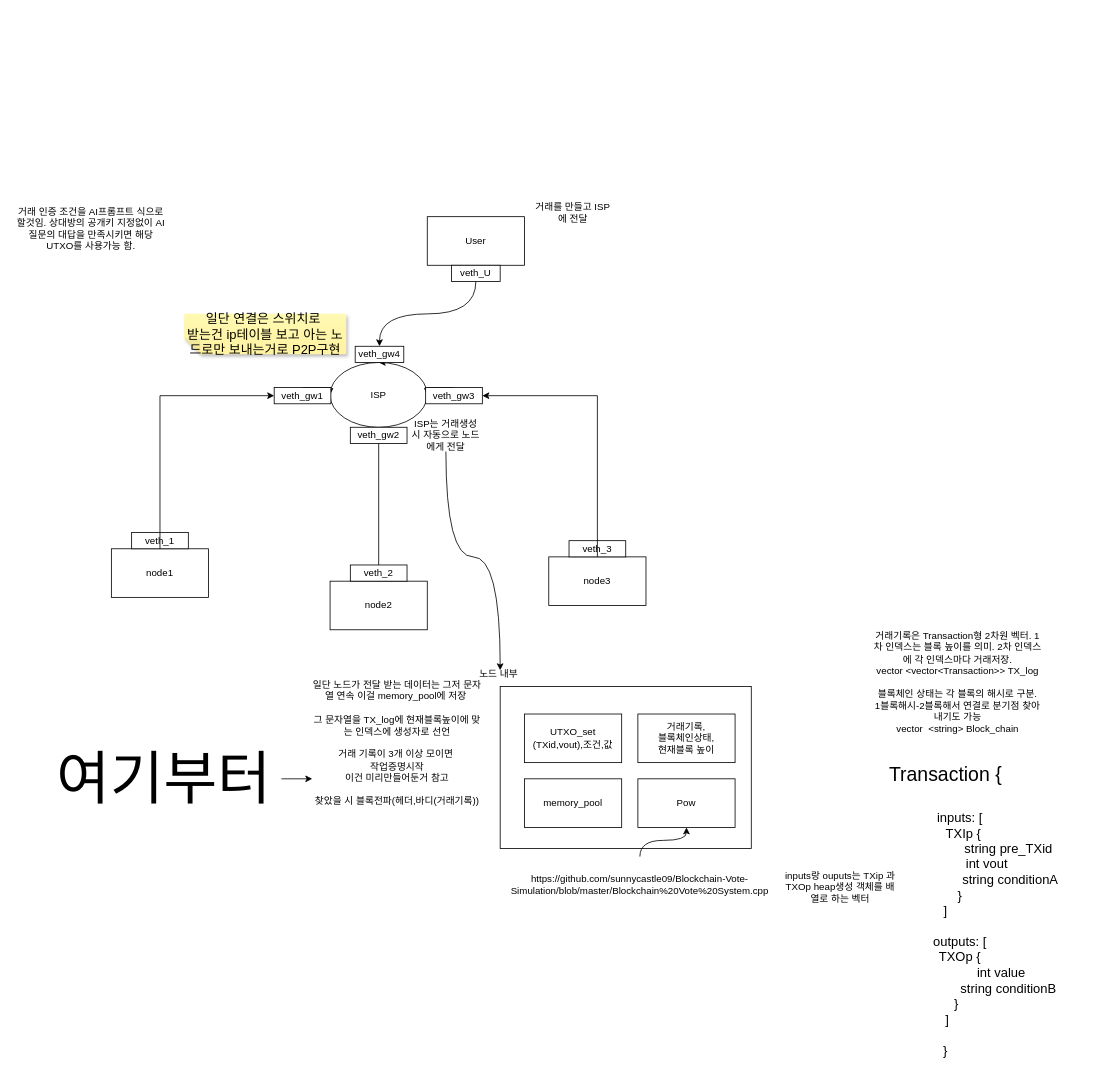
The draw.io diagram Net.drawio in sunnycastle09/Block-Chain-in-Linux, before the edit. Source tidied: cells renumbered, new cells numbered last; positions are measured from the earlier drawing's top-left corner, leaving out a move shared by most shapes. Both pictures are drawn from the tidied source at 81%, with x=0, y=0 at pixel (14, 200).
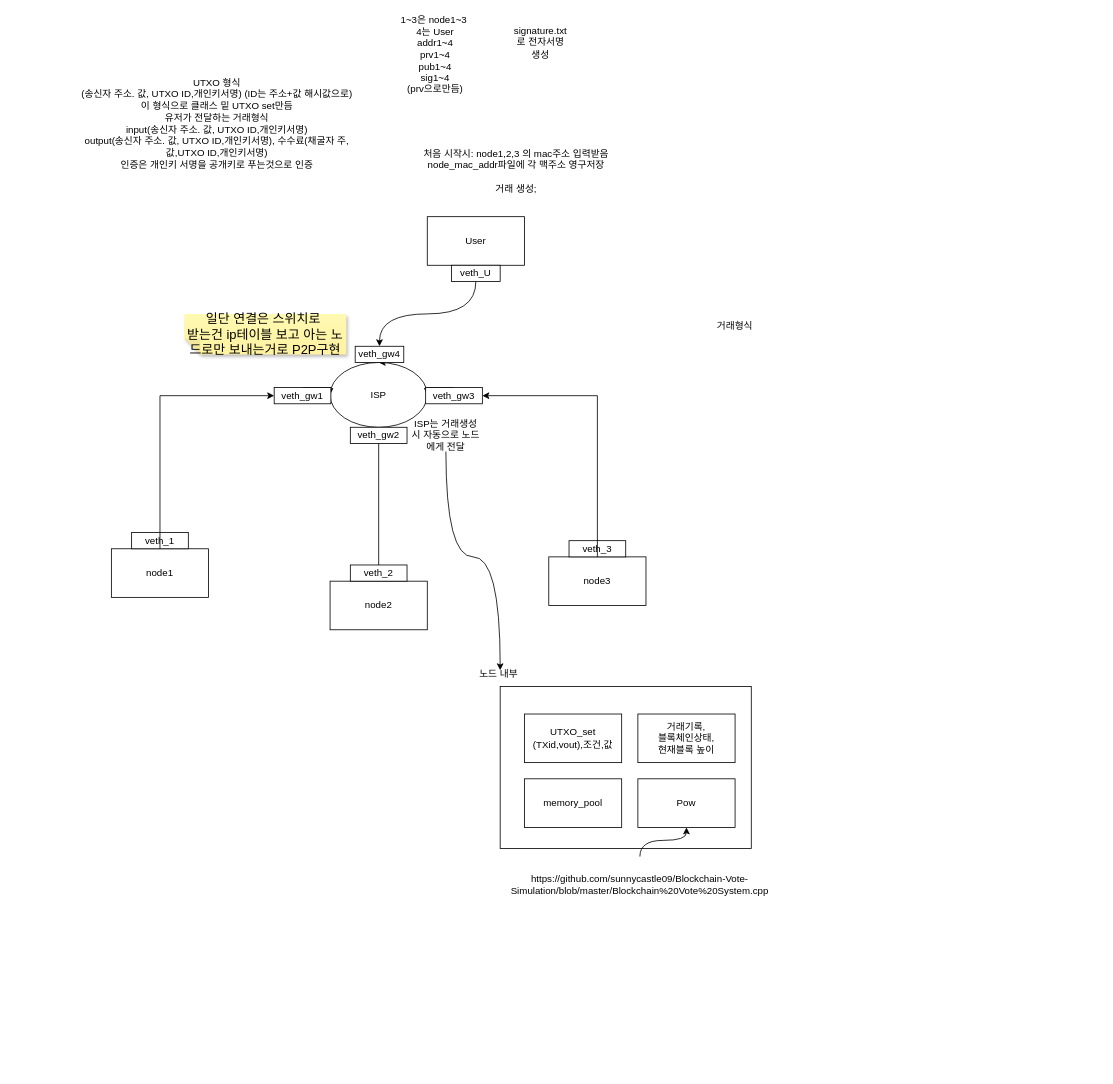
The same diagram, later.

Change to the diagram source:
```diff
@@
-    <mxCell id="18" value="거래 인증 조건을 AI프롬프트 식으로 할것임. 상대방의 공개키 지정없이 AI질문의 대답을 만족시키면 해당 UTXO를 사용가능 함." style="text;html=1;whiteSpace=wrap;strokeColor=none;fillColor=none;align=center;verticalAlign=middle;rounded=0;" parent="1" vertex="1">
-      <mxGeometry y="10" width="190" height="50" as="geometry" />
-    </mxCell>
-    <mxCell id="19" value="&lt;div&gt;&lt;font style=&quot;font-size: 24px;&quot;&gt;Transaction {&lt;/font&gt;&lt;/div&gt;&lt;div&gt;&lt;font style=&quot;font-size: 24px;&quot;&gt;&lt;br&gt;&lt;/font&gt;&lt;/div&gt;&lt;div&gt;&lt;font size=&quot;3&quot;&gt;&amp;nbsp; &amp;nbsp;&lt;span style=&quot;white-space: pre;&quot;&gt;&#9;&lt;/span&gt;inputs: [&lt;/font&gt;&lt;/div&gt;&lt;div&gt;&lt;font size=&quot;3&quot;&gt;&amp;nbsp; &amp;nbsp; &amp;nbsp; &lt;span style=&quot;white-space: pre;&quot;&gt;&#9;&lt;/span&gt;&amp;nbsp;&amp;nbsp;TXIp {&lt;/font&gt;&lt;/div&gt;&lt;div&gt;&lt;font size=&quot;3&quot;&gt;&amp;nbsp; &amp;nbsp; &amp;nbsp; &amp;nbsp; &amp;nbsp; &amp;nbsp; &lt;span style=&quot;white-space: pre;&quot;&gt;&#9;&lt;/span&gt;&lt;span style=&quot;white-space: pre;&quot;&gt;&#9;&lt;/span&gt;&amp;nbsp; &amp;nbsp; &amp;nbsp; &amp;nbsp; &amp;nbsp; &amp;nbsp;string pre_TXid&lt;/font&gt;&lt;/div&gt;&lt;div&gt;&lt;font size=&quot;3&quot;&gt;&amp;nbsp; &amp;nbsp; &amp;nbsp; &amp;nbsp; &amp;nbsp; &amp;nbsp; &amp;nbsp; &amp;nbsp; &amp;nbsp; &amp;nbsp; &amp;nbsp; &amp;nbsp;int vout&lt;/font&gt;&lt;/div&gt;&lt;div&gt;&lt;font size=&quot;3&quot;&gt;&amp;nbsp; &amp;nbsp; &amp;nbsp; &amp;nbsp; &amp;nbsp; &amp;nbsp; &lt;span style=&quot;white-space: pre;&quot;&gt;&#9;&lt;/span&gt;&amp;nbsp; &amp;nbsp; &amp;nbsp; &amp;nbsp; &amp;nbsp; &amp;nbsp; &amp;nbsp; &amp;nbsp; &amp;nbsp; &amp;nbsp; string conditionA&lt;/font&gt;&lt;/div&gt;&lt;div&gt;&lt;font size=&quot;3&quot;&gt;&amp;nbsp; &amp;nbsp; &amp;nbsp; &amp;nbsp;&lt;span style=&quot;white-space: pre;&quot;&gt;&#9;&lt;/span&gt;}&lt;/font&gt;&lt;/div&gt;&lt;div&gt;&lt;font size=&quot;3&quot;&gt;]&lt;/font&gt;&lt;/div&gt;&lt;div&gt;&lt;font size=&quot;3&quot;&gt;&lt;br&gt;&lt;/font&gt;&lt;/div&gt;&lt;div&gt;&lt;font size=&quot;3&quot;&gt;&amp;nbsp; &amp;nbsp; &lt;span style=&quot;white-space: pre;&quot;&gt;&#9;&lt;/span&gt;outputs: [&lt;/font&gt;&lt;/div&gt;&lt;div&gt;&lt;font size=&quot;3&quot;&gt;&amp;nbsp; &amp;nbsp; &amp;nbsp; &amp;nbsp;&lt;span style=&quot;white-space: pre;&quot;&gt;&#9;&lt;/span&gt;TXOp {&lt;/font&gt;&lt;/div&gt;&lt;div&gt;&lt;font size=&quot;3&quot;&gt;&amp;nbsp; &amp;nbsp; &amp;nbsp; &amp;nbsp; &amp;nbsp; &amp;nbsp;&lt;span style=&quot;white-space: pre;&quot;&gt;&#9;&lt;/span&gt;&lt;span style=&quot;white-space: pre;&quot;&gt;&#9;&lt;/span&gt;&amp;nbsp; &amp;nbsp; &amp;nbsp; &amp;nbsp;int value&lt;/font&gt;&lt;/div&gt;&lt;div&gt;&lt;font size=&quot;3&quot;&gt;&amp;nbsp; &amp;nbsp; &amp;nbsp; &amp;nbsp; &amp;nbsp; &amp;nbsp; &lt;span style=&quot;white-space: pre;&quot;&gt;&#9;&lt;/span&gt;&lt;span style=&quot;white-space: pre;&quot;&gt;&#9;&lt;/span&gt;&lt;span style=&quot;white-space: pre;&quot;&gt;&#9;&lt;/span&gt;&amp;nbsp; &amp;nbsp; &amp;nbsp; &amp;nbsp;&lt;span style=&quot;white-space: pre;&quot;&gt;&#9;&lt;/span&gt;&amp;nbsp; &amp;nbsp; &amp;nbsp; string conditionB&lt;span style=&quot;background-color: transparent; color: light-dark(rgb(0, 0, 0), rgb(255, 255, 255));&quot;&gt;&amp;nbsp; &amp;nbsp; &amp;nbsp; &amp;nbsp; &amp;nbsp; &amp;nbsp; &amp;nbsp; &amp;nbsp; &amp;nbsp; &amp;nbsp;&amp;nbsp;&lt;/span&gt;&lt;span style=&quot;background-color: transparent; color: light-dark(rgb(0, 0, 0), rgb(255, 255, 255));&quot;&gt;}&amp;nbsp;&amp;nbsp;&lt;/span&gt;&lt;/font&gt;&lt;/div&gt;&lt;div&gt;&lt;span style=&quot;background-color: transparent; color: light-dark(rgb(0, 0, 0), rgb(255, 255, 255));&quot;&gt;&lt;font size=&quot;3&quot;&gt;&amp;nbsp;]&lt;/font&gt;&lt;/span&gt;&lt;/div&gt;&lt;div&gt;&lt;font size=&quot;3&quot;&gt;&lt;br&gt;&lt;/font&gt;&lt;/div&gt;&lt;div&gt;&lt;font size=&quot;3&quot;&gt;}&lt;/font&gt;&lt;/div&gt;&lt;div&gt;&lt;br&gt;&lt;/div&gt;" style="text;html=1;whiteSpace=wrap;strokeColor=none;fillColor=none;align=center;verticalAlign=middle;rounded=0;" parent="1" vertex="1">
-      <mxGeometry x="960" y="694" width="380" height="380" as="geometry" />
-    </mxCell>
@@
-    <mxCell id="26" value="inputs랑 ouputs는 TXip 과 TXOp heap생성 객체를 배열로 하는 벡터&lt;div&gt;&lt;br&gt;&lt;/div&gt;" style="text;html=1;whiteSpace=wrap;strokeColor=none;fillColor=none;align=center;verticalAlign=middle;rounded=0;" parent="1" vertex="1">
-      <mxGeometry x="950" y="800" width="140" height="110" as="geometry" />
-    </mxCell>
-    <mxCell id="27" value="거래기록은 Transaction형 2차원 벡터. 1차 인덱스는 블록 높이를 의미. 2차 인덱스에 각 인덱스마다 거래저장.&lt;div&gt;vector &amp;lt;vector&amp;lt;Transaction&amp;gt;&amp;gt; TX_log&lt;br&gt;&lt;div&gt;&lt;br&gt;&lt;div&gt;블록체인 상태는 각 블록의 해시로 구분.&lt;/div&gt;&lt;div&gt;1블록해시-2블록해서 연결로 분기점 찾아내기도 가능&lt;/div&gt;&lt;/div&gt;&lt;/div&gt;&lt;div&gt;vector&amp;nbsp; &amp;lt;string&amp;gt;&amp;nbsp;&lt;span style=&quot;background-color: transparent; color: light-dark(rgb(0, 0, 0), rgb(255, 255, 255));&quot;&gt;Block_chain&lt;/span&gt;&lt;/div&gt;" style="text;html=1;whiteSpace=wrap;strokeColor=none;fillColor=none;align=center;verticalAlign=middle;rounded=0;" parent="1" vertex="1">
-      <mxGeometry x="1060" y="570" width="210" height="50" as="geometry" />
-    </mxCell>
-    <mxCell id="28" value="일단 노드가 전달 받는 데이터는 그저 문자열 연속 이걸 memory_pool에 저장&amp;nbsp;&lt;div&gt;&lt;br&gt;&lt;/div&gt;&lt;div&gt;그 문자열을 TX_log에 현재블록높이에 맞는 인덱스에 생성자로 선언&lt;br&gt;&lt;div&gt;&lt;br&gt;&lt;/div&gt;&lt;/div&gt;&lt;div&gt;거래 기록이 3개 이상 모이면&amp;nbsp;&lt;/div&gt;&lt;div&gt;작업증명시작&lt;/div&gt;&lt;div&gt;이건 미리만들어둔거 참고&lt;/div&gt;&lt;div&gt;&lt;br&gt;&lt;/div&gt;&lt;div&gt;찾았을 시 블록전파(헤더,바디(거래기록))&lt;/div&gt;&lt;div&gt;&lt;br&gt;&lt;/div&gt;&lt;div&gt;&lt;br&gt;&lt;/div&gt;" style="text;html=1;whiteSpace=wrap;strokeColor=none;fillColor=none;align=center;verticalAlign=middle;rounded=0;" parent="1" vertex="1">
-      <mxGeometry x="368" y="654" width="210" height="60" as="geometry" />
-    </mxCell>
@@
-    <mxCell id="35" value="거래를 만들고 ISP에 전달" style="text;html=1;whiteSpace=wrap;strokeColor=none;fillColor=none;align=center;verticalAlign=middle;rounded=0;" parent="1" vertex="1">
-      <mxGeometry x="640" width="100" height="30" as="geometry" />
+    <mxCell id="35" value="처음 시작시: node1,2,3 의 mac주소 입력받음&lt;div&gt;node_mac_addr파일에 각 맥주소 영구저장&lt;/div&gt;&lt;div&gt;&lt;br&gt;&lt;/div&gt;&lt;div&gt;거래 생성;&lt;/div&gt;&lt;div&gt;&lt;br&gt;&lt;/div&gt;" style="text;html=1;whiteSpace=wrap;strokeColor=none;fillColor=none;align=center;verticalAlign=middle;rounded=0;" parent="1" vertex="1">
+      <mxGeometry x="500" y="-90" width="240" height="121" as="geometry" />
     </mxCell>
@@
-    <mxCell id="40" style="edgeStyle=orthogonalEdgeStyle;curved=1;rounded=0;jettySize=auto;html=1;exitX=1;exitY=0.5;exitDx=0;exitDy=0;entryX=0;entryY=1;entryDx=0;entryDy=0;" parent="1" edge="1" source="41" target="28">
-      <mxGeometry relative="1" as="geometry" />
-    </mxCell>
-    <mxCell id="41" value="&lt;font style=&quot;font-size: 72px;&quot;&gt;여기부터&lt;/font&gt;" style="text;html=1;whiteSpace=wrap;strokeColor=none;fillColor=none;align=center;verticalAlign=middle;rounded=0;" parent="1" vertex="1">
-      <mxGeometry x="40" y="694" width="290" height="40" as="geometry" />
-    </mxCell>
+    <mxCell id="42" value="거래형식" style="text;html=1;whiteSpace=wrap;strokeColor=none;fillColor=none;align=center;verticalAlign=middle;rounded=0;" parent="1" vertex="1">
+      <mxGeometry x="860" y="140" width="60" height="30" as="geometry" />
+    </mxCell>
+    <mxCell id="43" value="&lt;div&gt;UTXO 형식&lt;/div&gt;&lt;div&gt;(송신자 주소. 값, UTXO ID,개인키서명) (ID는 주소+값 해시값으로)&lt;/div&gt;&lt;div&gt;이 형식으로 클래스 밑 UTXO set만듬&lt;/div&gt;&lt;div&gt;유저가 전달하는 거래형식&lt;/div&gt;&lt;div&gt;input(송신자 주소. 값, UTXO ID,개인키서명)&lt;/div&gt;&lt;div&gt;output(송신자 주소. 값, UTXO ID,개인키서명), 수수료(채굴자 주,값,UTXO ID,개인키서명)&lt;/div&gt;&lt;div&gt;인증은 개인키 서명을 공개키로 푸는것으로 인증&lt;/div&gt;" style="text;html=1;whiteSpace=wrap;strokeColor=none;fillColor=none;align=center;verticalAlign=middle;rounded=0;" parent="1" vertex="1">
+      <mxGeometry x="80" y="-170" width="341" height="150" as="geometry" />
+    </mxCell>
+    <mxCell id="44" value="&lt;div&gt;1~3은 node1~3&amp;nbsp;&lt;/div&gt;&lt;div&gt;4는 User&lt;/div&gt;addr1~4&lt;div&gt;prv1~4&lt;/div&gt;&lt;div&gt;pub1~4&lt;/div&gt;&lt;div&gt;sig1~4&lt;/div&gt;&lt;div&gt;(prv으로만듬)&lt;/div&gt;" style="text;html=1;whiteSpace=wrap;strokeColor=none;fillColor=none;align=center;verticalAlign=middle;rounded=0;" parent="1" vertex="1">
+      <mxGeometry x="440" y="-200" width="160" height="40" as="geometry" />
+    </mxCell>
+    <mxCell id="45" value="signature.txt로 전자서명 생성" style="text;html=1;whiteSpace=wrap;strokeColor=none;fillColor=none;align=center;verticalAlign=middle;rounded=0;" parent="1" vertex="1">
+      <mxGeometry x="620" y="-210" width="60" height="30" as="geometry" />
+    </mxCell>
```
